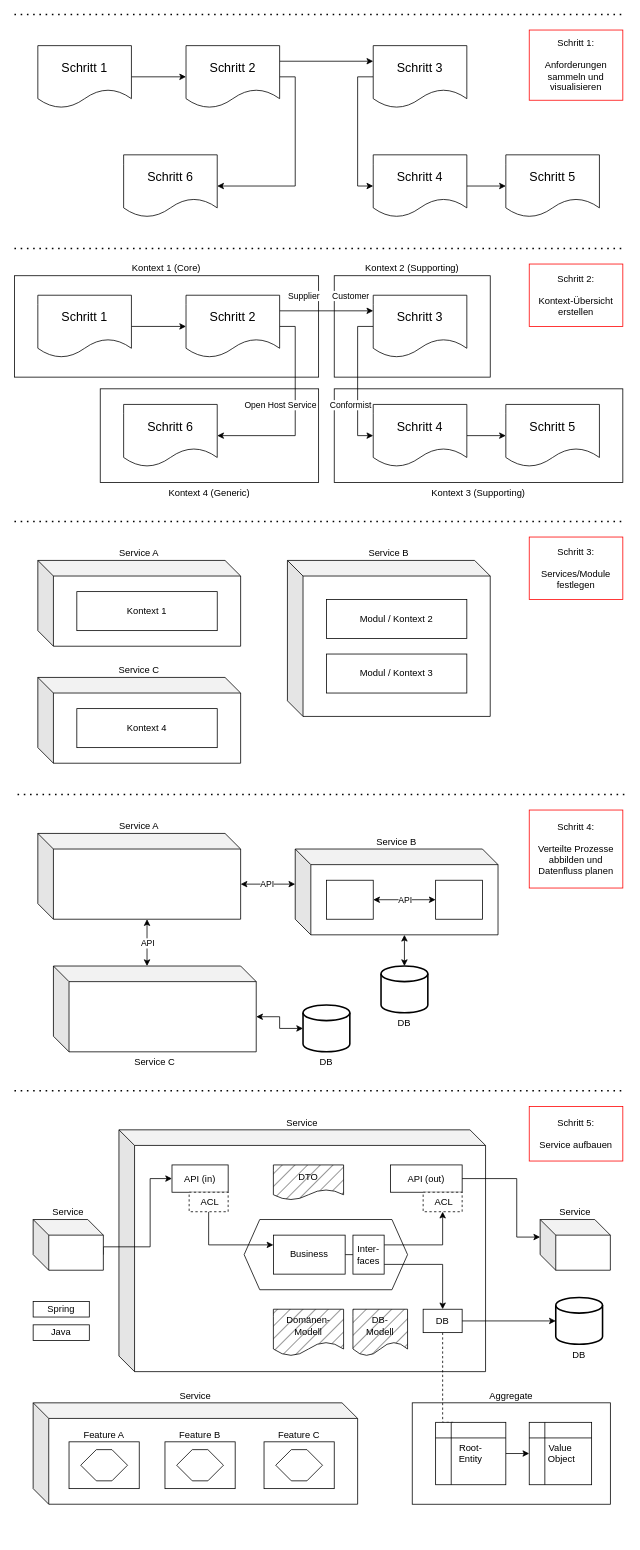
Before: images/project-architecture-guide.drawio in coc-university/software-architecture-guide, a draw.io diagram. Source tidied: cells renumbered, new cells numbered last; positions are measured from the earlier drawing's top-left corner, leaving out a move shared by most shapes. Both pictures are drawn from the tidied source at 78%, with x=0, y=0 at pixel (14, 14).
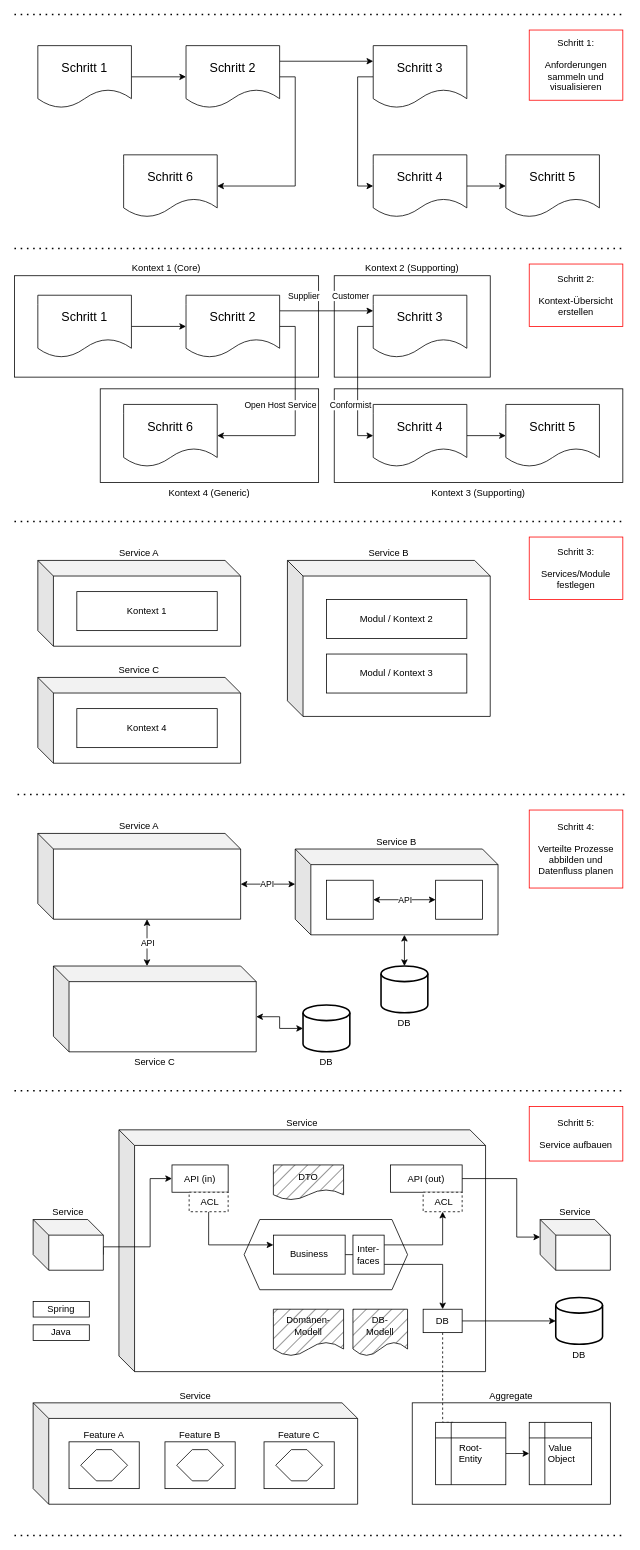
The same diagram, later.

Diff of the diagram source:
```diff
@@
+    <mxCell id="100" style="endArrow=none;dashed=1;html=1;dashPattern=1 3;strokeWidth=2;rounded=0;" parent="1" edge="1">
+      <mxGeometry relative="1" as="geometry">
+        <mxPoint y="1950" as="sourcePoint" />
+        <mxPoint x="780" y="1950" as="targetPoint" />
+      </mxGeometry>
+    </mxCell>
```
